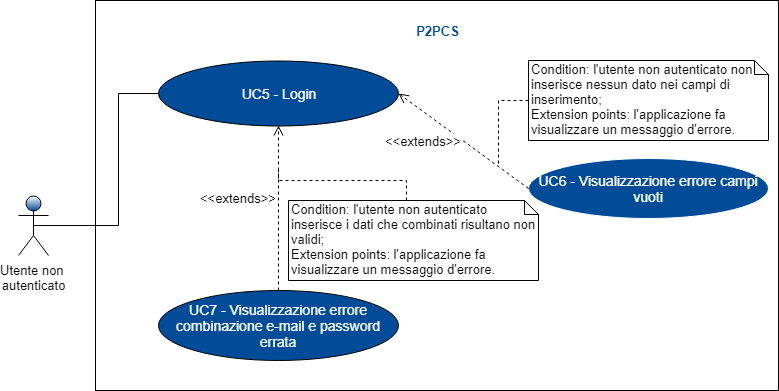
The draw.io diagram RR/Esterni/Analisi_dei_requisiti/res/images/Schemagenerale1.png in ZeusCode17/P2PCS, before a commit. Source tidied: cells renumbered, new cells last; positions are measured from the earlier drawing's top-left corner, leaving out a move shared by most shapes.
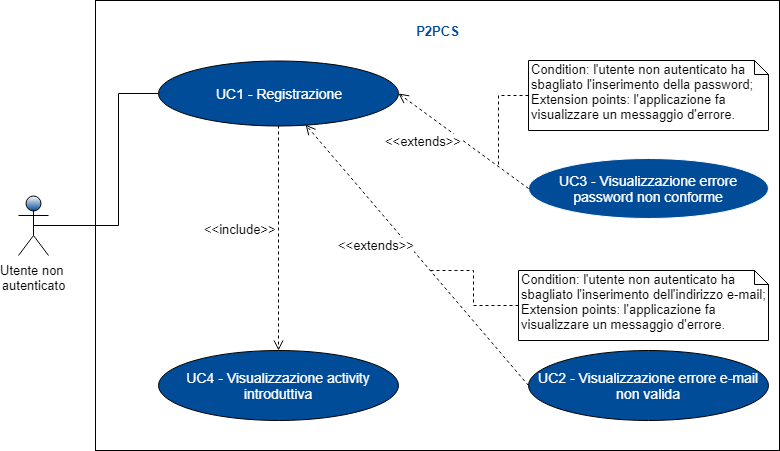
After the change.

Change to the diagram source:
```diff
@@ -3,7 +3,7 @@
     <mxCell id="0" />
     <mxCell id="1" parent="0" />
     <mxCell id="2" style="rounded=0;whiteSpace=wrap;html=1;" parent="1" vertex="1">
-      <mxGeometry x="77" width="683" height="390" as="geometry" />
+      <mxGeometry x="77" width="684" height="450" as="geometry" />
     </mxCell>
     <mxCell id="3" style="edgeStyle=orthogonalEdgeStyle;rounded=0;jettySize=auto;html=1;endArrow=none;endFill=0;fontSize=14;fontColor=#FFFFFF;exitX=0.5;exitY=0.5;exitDx=0;exitDy=0;exitPerimeter=0;" parent="1" edge="1" source="4" target="5">
       <mxGeometry relative="1" as="geometry">
@@ -16,39 +16,45 @@
     <mxCell id="4" value="Utente non &lt;br&gt;autenticato&lt;br style=&quot;font-size: 13px&quot;&gt;" style="shape=umlActor;verticalLabelPosition=bottom;labelBackgroundColor=#ffffff;verticalAlign=top;html=1;shadow=0;strokeColor=#000000;fillColor=#004C99;gradientColor=#ffffff;fontFamily=Helvetica;fontSize=13;fontColor=#000000;gradientDirection=north;" parent="1" vertex="1">
       <mxGeometry y="195" width="30" height="60" as="geometry" />
     </mxCell>
-    <mxCell id="5" value="UC5&amp;nbsp;- Login&lt;br&gt;" style="ellipse;whiteSpace=wrap;html=1;fontSize=14;fontColor=#FFFFFF;fillColor=#004C99;" parent="1" vertex="1">
+    <mxCell id="5" value="UC1 - Registrazione&lt;br&gt;" style="ellipse;whiteSpace=wrap;html=1;fontSize=14;fontColor=#FFFFFF;fillColor=#004C99;" parent="1" vertex="1">
       <mxGeometry x="140" y="60" width="240" height="65" as="geometry" />
     </mxCell>
-    <mxCell id="6" value="UC7 - Visualizzazione errore combinazione e-mail e password errata" style="ellipse;whiteSpace=wrap;html=1;fontSize=14;fontColor=#FFFFFF;fillColor=#004C99;" parent="1" vertex="1">
-      <mxGeometry x="140" y="290" width="240" height="70" as="geometry" />
+    <mxCell id="6" value="UC2 - Visualizzazione errore e-mail non valida" style="ellipse;whiteSpace=wrap;html=1;fontSize=14;fontColor=#FFFFFF;fillColor=#004C99;" parent="1" vertex="1">
+      <mxGeometry x="510" y="350" width="240" height="70" as="geometry" />
     </mxCell>
-    <mxCell id="7" value="UC6 - Visualizzazione errore campi vuoti&lt;br&gt;" style="ellipse;whiteSpace=wrap;html=1;strokeColor=#FFFFFF;fillColor=#004C99;fontSize=14;fontColor=#FFFFFF;" parent="1" vertex="1">
+    <mxCell id="7" value="UC3 - Visualizzazione errore password non conforme&lt;br&gt;" style="ellipse;whiteSpace=wrap;html=1;strokeColor=#FFFFFF;fillColor=#004C99;fontSize=14;fontColor=#FFFFFF;" parent="1" vertex="1">
       <mxGeometry x="510" y="157.5" width="240" height="60" as="geometry" />
     </mxCell>
     <mxCell id="8" value="P2PCS" style="text;html=1;strokeColor=none;fillColor=none;align=center;verticalAlign=middle;whiteSpace=wrap;rounded=0;fontSize=13;fontStyle=1;fontColor=#004C99;" parent="1" vertex="1">
       <mxGeometry x="382.5" y="20" width="73" height="20" as="geometry" />
     </mxCell>
+    <mxCell id="15" value="UC4 - Visualizzazione activity introduttiva" style="ellipse;whiteSpace=wrap;html=1;fontSize=14;fontColor=#FFFFFF;fillColor=#004C99;" parent="1" vertex="1">
+      <mxGeometry x="140" y="350" width="240" height="70" as="geometry" />
+    </mxCell>
     <mxCell id="9" value="&amp;lt;&amp;lt;extends&amp;gt;&amp;gt;&lt;br&gt;" style="html=1;verticalAlign=middle;endArrow=open;dashed=1;endSize=8;fontSize=13;fontColor=#000000;entryX=1;entryY=0.5;entryDx=0;entryDy=0;exitX=0;exitY=0.5;exitDx=0;exitDy=0;labelPosition=left;verticalLabelPosition=middle;align=right;" parent="1" edge="1" source="7" target="5">
       <mxGeometry relative="1" as="geometry" />
     </mxCell>
-    <mxCell id="10" value="&amp;lt;&amp;lt;extends&amp;gt;&amp;gt;" style="html=1;verticalAlign=bottom;endArrow=open;dashed=1;endSize=8;fontSize=13;fontColor=#000000;labelPosition=left;verticalLabelPosition=top;align=right;exitX=0.5;exitY=0;exitDx=0;exitDy=0;" parent="1" edge="1" source="6" target="5">
+    <mxCell id="10" value="&amp;lt;&amp;lt;extends&amp;gt;&amp;gt;" style="html=1;verticalAlign=bottom;endArrow=open;dashed=1;endSize=8;fontSize=13;fontColor=#000000;labelPosition=left;verticalLabelPosition=top;align=right;exitX=0;exitY=0.5;exitDx=0;exitDy=0;" parent="1" edge="1" source="6" target="5">
       <mxGeometry relative="1" as="geometry" />
     </mxCell>
+    <mxCell id="16" value="&amp;lt;&amp;lt;include&amp;gt;&amp;gt;" style="html=1;verticalAlign=bottom;endArrow=open;dashed=1;endSize=8;fontSize=13;fontColor=#000000;exitX=0.5;exitY=1;exitDx=0;exitDy=0;entryX=0.5;entryY=0;entryDx=0;entryDy=0;labelPosition=left;verticalLabelPosition=top;align=right;" parent="1" edge="1" source="5" target="15">
+      <mxGeometry relative="1" as="geometry" />
+    </mxCell>
     <mxCell id="11" style="edgeStyle=orthogonalEdgeStyle;rounded=0;jettySize=auto;html=1;exitX=0;exitY=0.5;exitDx=0;exitDy=0;exitPerimeter=0;fontSize=13;fontColor=#000000;dashed=1;endArrow=none;endFill=0;" parent="1" edge="1" source="12">
       <mxGeometry relative="1" as="geometry">
         <mxPoint x="480" y="165" as="targetPoint" />
       </mxGeometry>
     </mxCell>
-    <mxCell id="12" value="Condition:&amp;nbsp;l'utente non autenticato non inserisce nessun dato nei campi di inserimento;&lt;br style=&quot;font-size: 13px&quot;&gt;Extension points:&amp;nbsp;l'applicazione fa visualizzare un messaggio d'errore.&lt;br style=&quot;font-size: 13px&quot;&gt;" style="shape=note;whiteSpace=wrap;html=1;size=14;verticalAlign=top;align=left;spacingTop=-6;fontSize=13;fontColor=#000000;" parent="1" vertex="1">
-      <mxGeometry x="510" y="60" width="240" height="80" as="geometry" />
+    <mxCell id="12" value="Condition:&amp;nbsp;l'utente non autenticato ha sbagliato l'inserimento della password;&lt;br style=&quot;font-size: 13px;&quot;&gt;Extension points:&amp;nbsp;l'applicazione fa visualizzare un messaggio d'errore.&lt;br style=&quot;font-size: 13px;&quot;&gt;" style="shape=note;whiteSpace=wrap;html=1;size=14;verticalAlign=top;align=left;spacingTop=-6;fontSize=13;fontColor=#000000;" parent="1" vertex="1">
+      <mxGeometry x="510" y="60" width="240" height="70" as="geometry" />
     </mxCell>
-    <mxCell id="13" style="edgeStyle=orthogonalEdgeStyle;rounded=0;jettySize=auto;html=1;exitX=0;exitY=0;exitDx=118;exitDy=0;exitPerimeter=0;endArrow=none;endFill=0;dashed=1;" parent="1" edge="1" source="14">
-      <mxGeometry relative="1" as="geometry">
-        <mxPoint x="260" y="170" as="targetPoint" />
-      </mxGeometry>
-    </mxCell>
+    <mxCell id="17" style="edgeStyle=orthogonalEdgeStyle;rounded=0;jettySize=auto;html=1;exitX=0;exitY=0.5;exitDx=0;exitDy=0;exitPerimeter=0;dashed=1;endArrow=none;endFill=0;fontSize=13;fontColor=#000000;" parent="1" edge="1" source="14">
+      <mxGeometry relative="1" as="geometry">
+        <mxPoint x="410" y="270" as="targetPoint" />
+      </mxGeometry>
+    </mxCell>
-    <mxCell id="14" value="Condition: l'utente non autenticato inserisce i dati che combinati risultano non validi; &lt;br&gt;Extension points:&amp;nbsp;l'applicazione fa visualizzare un messaggio d'errore.&lt;br&gt;" style="shape=note;whiteSpace=wrap;html=1;size=14;verticalAlign=top;align=left;spacingTop=-6;fontSize=13;fontColor=#000000;" parent="1" vertex="1">
-      <mxGeometry x="270" y="200" width="250" height="80" as="geometry" />
+    <mxCell id="14" value="Condition: l'utente non autenticato ha sbagliato l'inserimento dell'indirizzo e-mail; &lt;br&gt;Extension points:&amp;nbsp;l'applicazione fa visualizzare un messaggio d'errore.&lt;br&gt;" style="shape=note;whiteSpace=wrap;html=1;size=14;verticalAlign=top;align=left;spacingTop=-6;fontSize=13;fontColor=#000000;" parent="1" vertex="1">
+      <mxGeometry x="500" y="270" width="250" height="70" as="geometry" />
     </mxCell>
   </root>
 </mxGraphModel>
```
